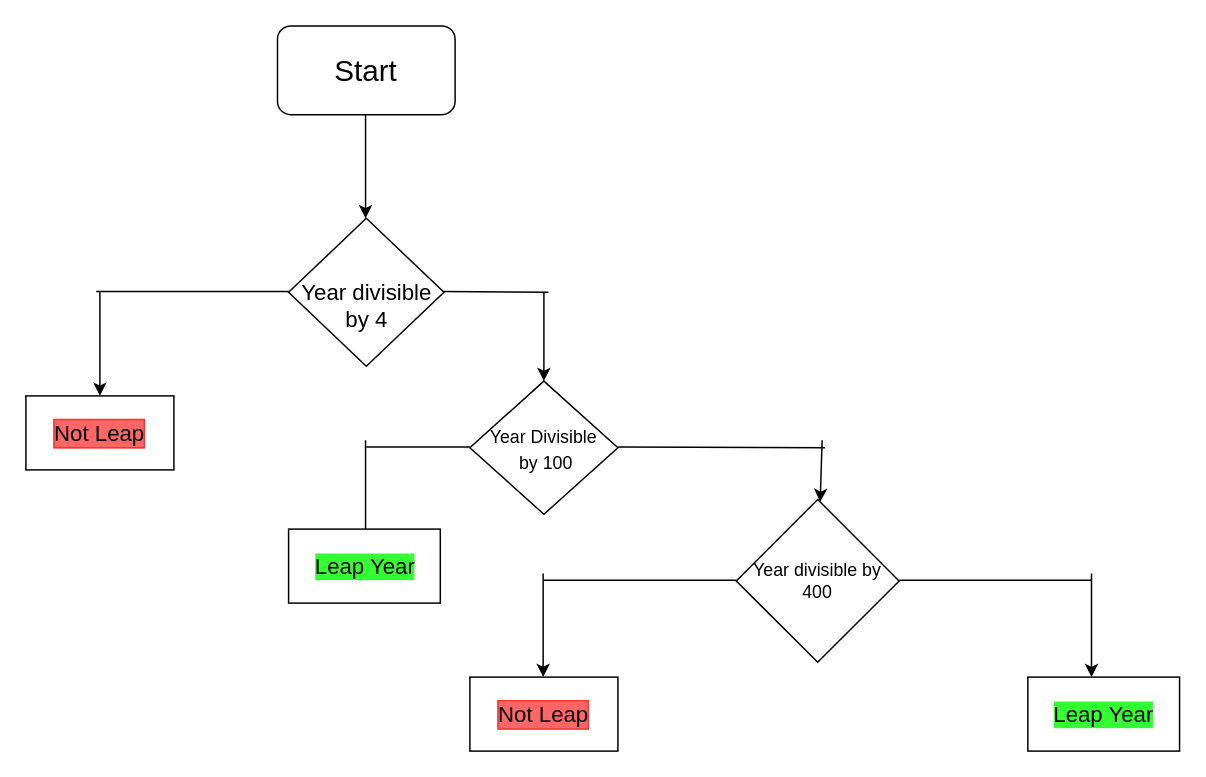
Above: Day 3/leap-year.drawio in Pushpendra766/100daysofcode (draw.io), before the change. Source tidied: cells renumbered, new cells numbered last; positions are measured from the earlier drawing's top-left corner, leaving out a move shared by most shapes. Both pictures are drawn from the tidied source at 148%, with x=0, y=0 at pixel (25, 25).
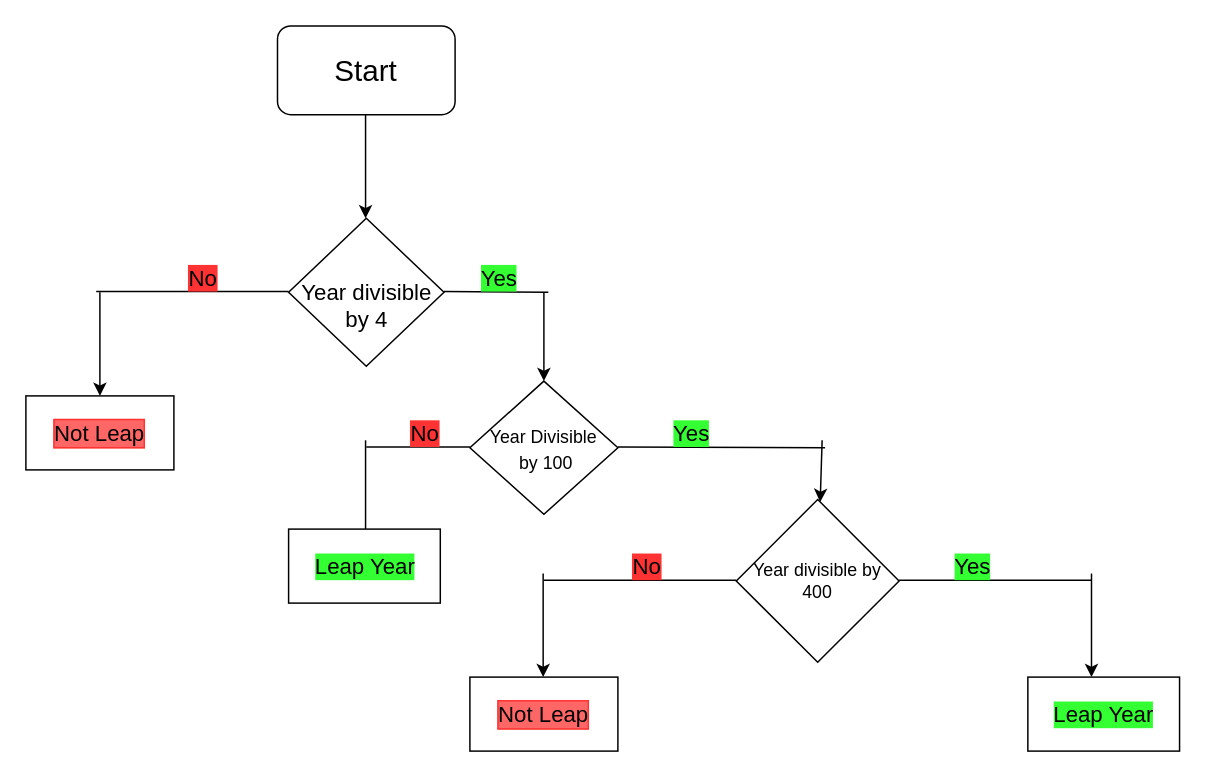
The same diagram, later.

Diff of the diagram source:
```diff
@@
+    <mxCell id="23" value="Yes" style="text;html=1;strokeColor=none;fillColor=none;align=center;verticalAlign=middle;whiteSpace=wrap;rounded=0;labelBackgroundColor=#33FF33;fontSize=15;" parent="1" vertex="1">
+      <mxGeometry x="300" y="160" width="40" height="20" as="geometry" />
+    </mxCell>
+    <mxCell id="24" value="Yes" style="text;html=1;strokeColor=none;fillColor=none;align=center;verticalAlign=middle;whiteSpace=wrap;rounded=0;labelBackgroundColor=#33FF33;fontSize=15;" parent="1" vertex="1">
+      <mxGeometry x="430" y="265" width="40" height="20" as="geometry" />
+    </mxCell>
+    <mxCell id="25" value="Yes" style="text;html=1;strokeColor=none;fillColor=none;align=center;verticalAlign=middle;whiteSpace=wrap;rounded=0;labelBackgroundColor=#33FF33;fontSize=15;" parent="1" vertex="1">
+      <mxGeometry x="620" y="355" width="40" height="20" as="geometry" />
+    </mxCell>
+    <mxCell id="26" value="No" style="text;html=1;strokeColor=none;fillColor=none;align=center;verticalAlign=middle;whiteSpace=wrap;rounded=0;labelBackgroundColor=#FF3333;fontSize=15;" parent="1" vertex="1">
+      <mxGeometry x="100" y="160" width="40" height="20" as="geometry" />
+    </mxCell>
+    <mxCell id="27" value="No" style="text;html=1;strokeColor=none;fillColor=none;align=center;verticalAlign=middle;whiteSpace=wrap;rounded=0;labelBackgroundColor=#FF3333;fontSize=15;" parent="1" vertex="1">
+      <mxGeometry x="250" y="265" width="40" height="20" as="geometry" />
+    </mxCell>
+    <mxCell id="28" value="No" style="text;html=1;strokeColor=none;fillColor=none;align=center;verticalAlign=middle;whiteSpace=wrap;rounded=0;labelBackgroundColor=#FF3333;fontSize=15;" parent="1" vertex="1">
+      <mxGeometry x="400" y="355" width="40" height="20" as="geometry" />
+    </mxCell>
```
